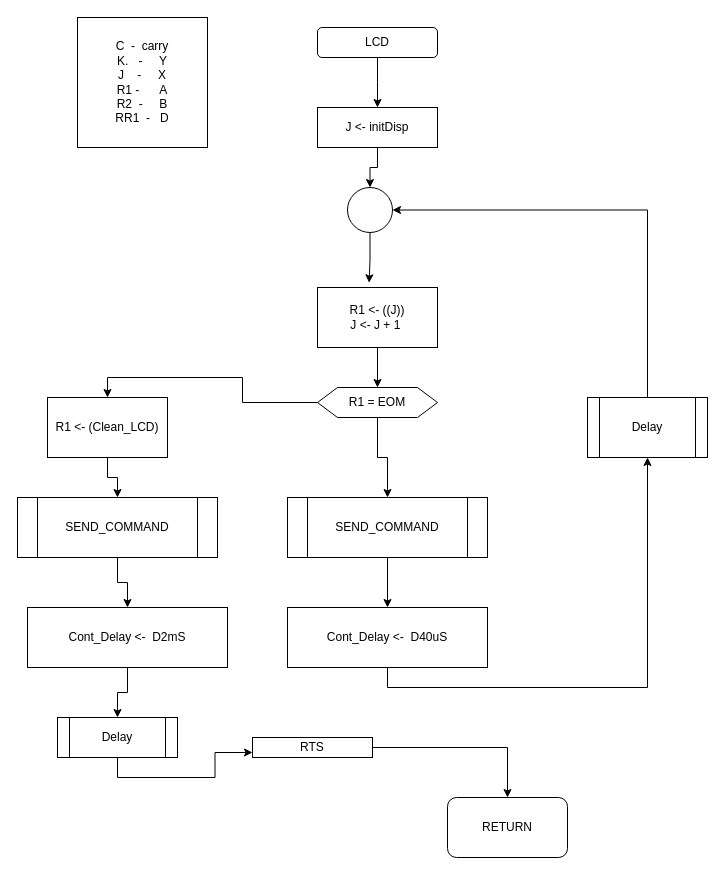
brown9804/Dragon12_MC9S12DP256 keeps this draw.io diagram as 8_runmeter623/diagrams/1-lcd.drawio. Above is the earlier version. Source tidied: cells renumbered, new cells numbered last; positions are measured from the earlier drawing's top-left corner, leaving out a move shared by most shapes. Both pictures are drawn from the tidied source at 100%, with x=0, y=0 at pixel (17, 17).
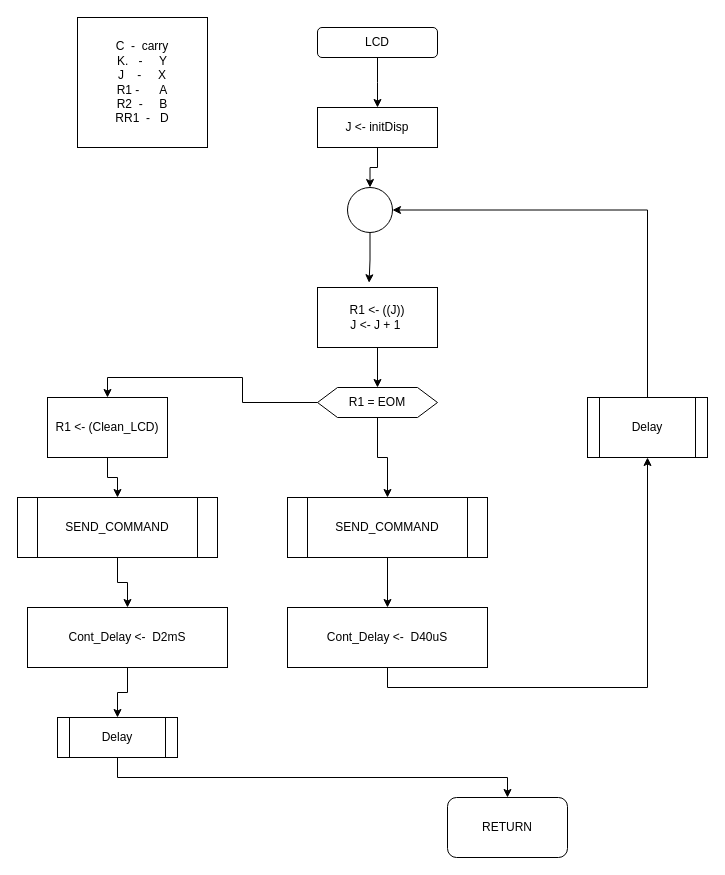
Above is the later version.

Commit message:
2/21 diagrams -> reviewed

The change refers to these unchanged cells:
```xml
<mxCell id="21" value="Delay" style="shape=process;whiteSpace=wrap;html=1;backgroundOutline=1;" parent="1" vertex="1">
  <mxGeometry x="40" y="700" width="120" height="40" as="geometry" />
</mxCell>
<mxCell id="22" value="RETURN" style="rounded=1;whiteSpace=wrap;html=1;" parent="1" vertex="1">
  <mxGeometry x="430" y="780" width="120" height="60" as="geometry" />
</mxCell>
```

What changed in the source:
```diff
@@
-    <mxCell id="20" style="edgeStyle=orthogonalEdgeStyle;rounded=0;jettySize=auto;html=1;exitX=0.5;exitY=1;exitDx=0;exitDy=0;entryX=0;entryY=0.75;entryDx=0;entryDy=0;" parent="1" edge="1" source="21" target="30">
-      <mxGeometry relative="1" as="geometry" />
-    </mxCell>
+    <mxCell id="31" style="edgeStyle=orthogonalEdgeStyle;rounded=0;jettySize=auto;html=1;exitX=0.5;exitY=1;exitDx=0;exitDy=0;entryX=0.5;entryY=0;entryDx=0;entryDy=0;" parent="1" edge="1" source="21" target="22">
+      <mxGeometry relative="1" as="geometry" />
+    </mxCell>
@@
-    <mxCell id="29" style="edgeStyle=orthogonalEdgeStyle;rounded=0;jettySize=auto;html=1;exitX=1;exitY=0.5;exitDx=0;exitDy=0;" parent="1" edge="1" source="30" target="22">
-      <mxGeometry relative="1" as="geometry" />
-    </mxCell>
-    <mxCell id="30" value="RTS" style="rounded=0;whiteSpace=wrap;html=1;" parent="1" vertex="1">
-      <mxGeometry x="235" y="720" width="120" height="20" as="geometry" />
-    </mxCell>
```
